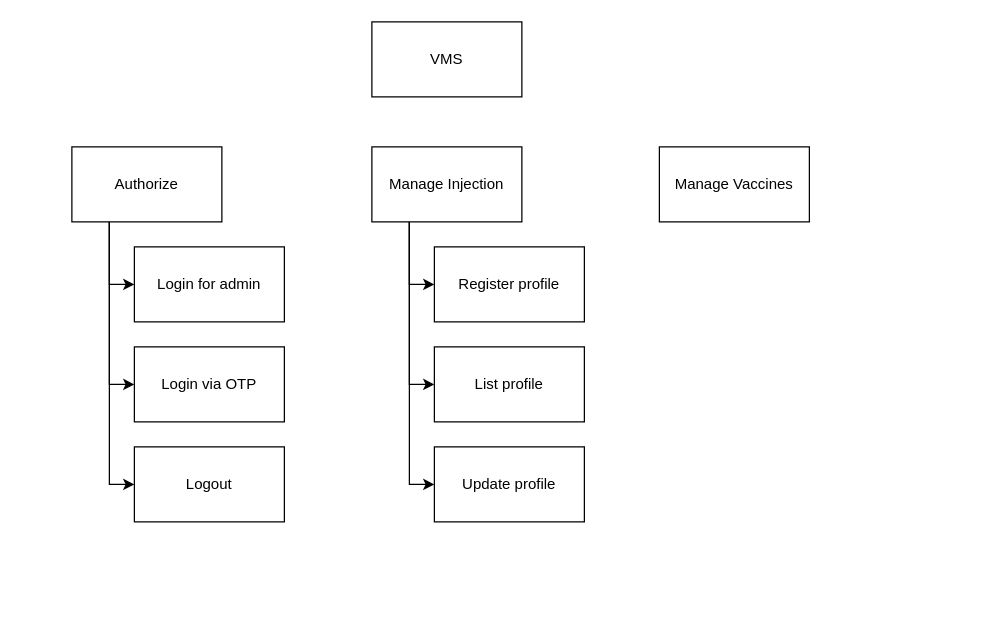
This is page "BFD" (1 of 3) of docs/design.drawio from censodev/aptech_prj600, a draw.io file, before an edit. Source tidied: cells renumbered, new cells numbered last; positions are measured from the earlier drawing's top-left corner, leaving out a move shared by most shapes. Both pictures are drawn from the tidied source at 125%, with x=0, y=0 at pixel (71, 21).
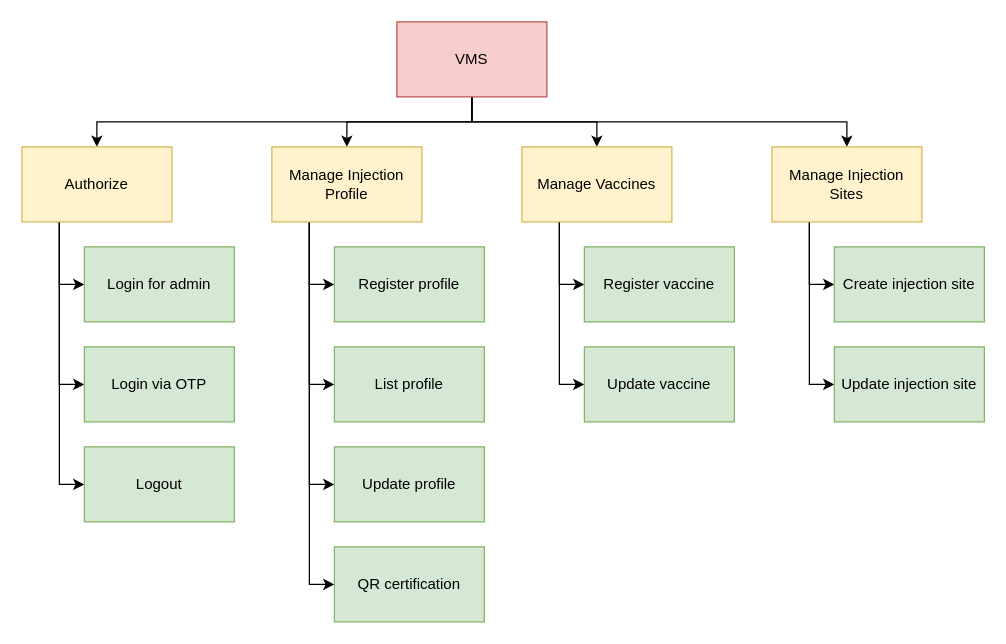
After the change.

Diff of the diagram source:
```diff
@@
+    <mxCell id="18" style="edgeStyle=orthogonalEdgeStyle;rounded=0;jettySize=auto;html=1;exitX=0.5;exitY=1;exitDx=0;exitDy=0;entryX=0.5;entryY=0;entryDx=0;entryDy=0;" parent="1" edge="1" source="2" target="6">
+      <mxGeometry relative="1" as="geometry" />
+    </mxCell>
+    <mxCell id="19" style="edgeStyle=orthogonalEdgeStyle;rounded=0;jettySize=auto;html=1;exitX=0.5;exitY=1;exitDx=0;exitDy=0;entryX=0.5;entryY=0;entryDx=0;entryDy=0;" parent="1" edge="1" source="2" target="12">
+      <mxGeometry relative="1" as="geometry" />
+    </mxCell>
+    <mxCell id="20" style="edgeStyle=orthogonalEdgeStyle;rounded=0;jettySize=auto;html=1;exitX=0.5;exitY=1;exitDx=0;exitDy=0;entryX=0.5;entryY=0;entryDx=0;entryDy=0;" parent="1" edge="1" source="2" target="15">
+      <mxGeometry relative="1" as="geometry" />
+    </mxCell>
+    <mxCell id="21" style="edgeStyle=orthogonalEdgeStyle;rounded=0;jettySize=auto;html=1;exitX=0.5;exitY=1;exitDx=0;exitDy=0;entryX=0.5;entryY=0;entryDx=0;entryDy=0;" parent="1" edge="1" source="2" target="28">
+      <mxGeometry relative="1" as="geometry" />
+    </mxCell>
-    <mxCell id="2" value="VMS" style="rounded=0;whiteSpace=wrap;html=1;" parent="1" vertex="1">
-      <mxGeometry x="240" width="120" height="60" as="geometry" />
+    <mxCell id="2" value="VMS" style="rounded=0;whiteSpace=wrap;html=1;fillColor=#f8cecc;strokeColor=#b85450;" parent="1" vertex="1">
+      <mxGeometry x="260" width="120" height="60" as="geometry" />
     </mxCell>
@@
-    <mxCell id="6" value="Authorize" style="rounded=0;whiteSpace=wrap;html=1;" parent="1" vertex="1">
-      <mxGeometry y="100" width="120" height="60" as="geometry" />
+    <mxCell id="6" value="Authorize" style="rounded=0;whiteSpace=wrap;html=1;fillColor=#fff2cc;strokeColor=#d6b656;" parent="1" vertex="1">
+      <mxGeometry x="-40" y="100" width="120" height="60" as="geometry" />
     </mxCell>
-    <mxCell id="7" value="Login for admin" style="rounded=0;whiteSpace=wrap;html=1;" parent="1" vertex="1">
-      <mxGeometry x="50" y="180" width="120" height="60" as="geometry" />
+    <mxCell id="7" value="Login for admin" style="rounded=0;whiteSpace=wrap;html=1;fillColor=#d5e8d4;strokeColor=#82b366;" parent="1" vertex="1">
+      <mxGeometry x="10" y="180" width="120" height="60" as="geometry" />
     </mxCell>
-    <mxCell id="8" value="Logout" style="rounded=0;whiteSpace=wrap;html=1;" parent="1" vertex="1">
-      <mxGeometry x="50" y="340" width="120" height="60" as="geometry" />
+    <mxCell id="8" value="Logout" style="rounded=0;whiteSpace=wrap;html=1;fillColor=#d5e8d4;strokeColor=#82b366;" parent="1" vertex="1">
+      <mxGeometry x="10" y="340" width="120" height="60" as="geometry" />
     </mxCell>
@@
+    <mxCell id="22" style="edgeStyle=orthogonalEdgeStyle;rounded=0;jettySize=auto;html=1;exitX=0.25;exitY=1;exitDx=0;exitDy=0;entryX=0;entryY=0.5;entryDx=0;entryDy=0;" parent="1" edge="1" source="12" target="25">
+      <mxGeometry relative="1" as="geometry" />
+    </mxCell>
-    <mxCell id="12" value="Manage Injection" style="rounded=0;whiteSpace=wrap;html=1;" parent="1" vertex="1">
-      <mxGeometry x="240" y="100" width="120" height="60" as="geometry" />
+    <mxCell id="12" value="Manage Injection Profile" style="rounded=0;whiteSpace=wrap;html=1;fillColor=#fff2cc;strokeColor=#d6b656;" parent="1" vertex="1">
+      <mxGeometry x="160" y="100" width="120" height="60" as="geometry" />
     </mxCell>
-    <mxCell id="13" value="Register profile" style="rounded=0;whiteSpace=wrap;html=1;" parent="1" vertex="1">
-      <mxGeometry x="290" y="180" width="120" height="60" as="geometry" />
+    <mxCell id="13" value="Register profile" style="rounded=0;whiteSpace=wrap;html=1;fillColor=#d5e8d4;strokeColor=#82b366;" parent="1" vertex="1">
+      <mxGeometry x="210" y="180" width="120" height="60" as="geometry" />
     </mxCell>
-    <mxCell id="14" value="Update profile" style="rounded=0;whiteSpace=wrap;html=1;" parent="1" vertex="1">
-      <mxGeometry x="290" y="340" width="120" height="60" as="geometry" />
+    <mxCell id="14" value="Update profile" style="rounded=0;whiteSpace=wrap;html=1;fillColor=#d5e8d4;strokeColor=#82b366;" parent="1" vertex="1">
+      <mxGeometry x="210" y="340" width="120" height="60" as="geometry" />
     </mxCell>
+    <mxCell id="23" style="edgeStyle=orthogonalEdgeStyle;rounded=0;jettySize=auto;html=1;exitX=0.25;exitY=1;exitDx=0;exitDy=0;entryX=0;entryY=0.5;entryDx=0;entryDy=0;" parent="1" edge="1" source="15" target="29">
+      <mxGeometry relative="1" as="geometry" />
+    </mxCell>
+    <mxCell id="24" style="edgeStyle=orthogonalEdgeStyle;rounded=0;jettySize=auto;html=1;exitX=0.25;exitY=1;exitDx=0;exitDy=0;entryX=0;entryY=0.5;entryDx=0;entryDy=0;" parent="1" edge="1" source="15" target="30">
+      <mxGeometry relative="1" as="geometry" />
+    </mxCell>
-    <mxCell id="15" value="Manage Vaccines" style="rounded=0;whiteSpace=wrap;html=1;" parent="1" vertex="1">
-      <mxGeometry x="470" y="100" width="120" height="60" as="geometry" />
+    <mxCell id="15" value="Manage Vaccines" style="rounded=0;whiteSpace=wrap;html=1;fillColor=#fff2cc;strokeColor=#d6b656;" parent="1" vertex="1">
+      <mxGeometry x="360" y="100" width="120" height="60" as="geometry" />
     </mxCell>
-    <mxCell id="16" value="Login via OTP" style="rounded=0;whiteSpace=wrap;html=1;" parent="1" vertex="1">
-      <mxGeometry x="50" y="260" width="120" height="60" as="geometry" />
+    <mxCell id="16" value="Login via OTP" style="rounded=0;whiteSpace=wrap;html=1;fillColor=#d5e8d4;strokeColor=#82b366;" parent="1" vertex="1">
+      <mxGeometry x="10" y="260" width="120" height="60" as="geometry" />
     </mxCell>
-    <mxCell id="17" value="List profile" style="rounded=0;whiteSpace=wrap;html=1;" parent="1" vertex="1">
-      <mxGeometry x="290" y="260" width="120" height="60" as="geometry" />
+    <mxCell id="17" value="List profile" style="rounded=0;whiteSpace=wrap;html=1;fillColor=#d5e8d4;strokeColor=#82b366;" parent="1" vertex="1">
+      <mxGeometry x="210" y="260" width="120" height="60" as="geometry" />
     </mxCell>
+    <mxCell id="25" value="QR certification" style="rounded=0;whiteSpace=wrap;html=1;fillColor=#d5e8d4;strokeColor=#82b366;" parent="1" vertex="1">
+      <mxGeometry x="210" y="420" width="120" height="60" as="geometry" />
+    </mxCell>
+    <mxCell id="26" style="edgeStyle=orthogonalEdgeStyle;rounded=0;jettySize=auto;html=1;exitX=0.25;exitY=1;exitDx=0;exitDy=0;entryX=0;entryY=0.5;entryDx=0;entryDy=0;" parent="1" edge="1" source="28" target="31">
+      <mxGeometry relative="1" as="geometry" />
+    </mxCell>
+    <mxCell id="27" style="edgeStyle=orthogonalEdgeStyle;rounded=0;jettySize=auto;html=1;exitX=0.25;exitY=1;exitDx=0;exitDy=0;entryX=0;entryY=0.5;entryDx=0;entryDy=0;" parent="1" edge="1" source="28" target="32">
+      <mxGeometry relative="1" as="geometry" />
+    </mxCell>
+    <mxCell id="28" value="Manage Injection Sites" style="rounded=0;whiteSpace=wrap;html=1;fillColor=#fff2cc;strokeColor=#d6b656;" parent="1" vertex="1">
+      <mxGeometry x="560" y="100" width="120" height="60" as="geometry" />
+    </mxCell>
+    <mxCell id="29" value="Register vaccine" style="rounded=0;whiteSpace=wrap;html=1;fillColor=#d5e8d4;strokeColor=#82b366;" parent="1" vertex="1">
+      <mxGeometry x="410" y="180" width="120" height="60" as="geometry" />
+    </mxCell>
+    <mxCell id="30" value="Update vaccine" style="rounded=0;whiteSpace=wrap;html=1;fillColor=#d5e8d4;strokeColor=#82b366;" parent="1" vertex="1">
+      <mxGeometry x="410" y="260" width="120" height="60" as="geometry" />
+    </mxCell>
+    <mxCell id="31" value="Create injection site" style="rounded=0;whiteSpace=wrap;html=1;fillColor=#d5e8d4;strokeColor=#82b366;" parent="1" vertex="1">
+      <mxGeometry x="610" y="180" width="120" height="60" as="geometry" />
+    </mxCell>
+    <mxCell id="32" value="Update injection site" style="rounded=0;whiteSpace=wrap;html=1;fillColor=#d5e8d4;strokeColor=#82b366;" parent="1" vertex="1">
+      <mxGeometry x="610" y="260" width="120" height="60" as="geometry" />
+    </mxCell>
```
